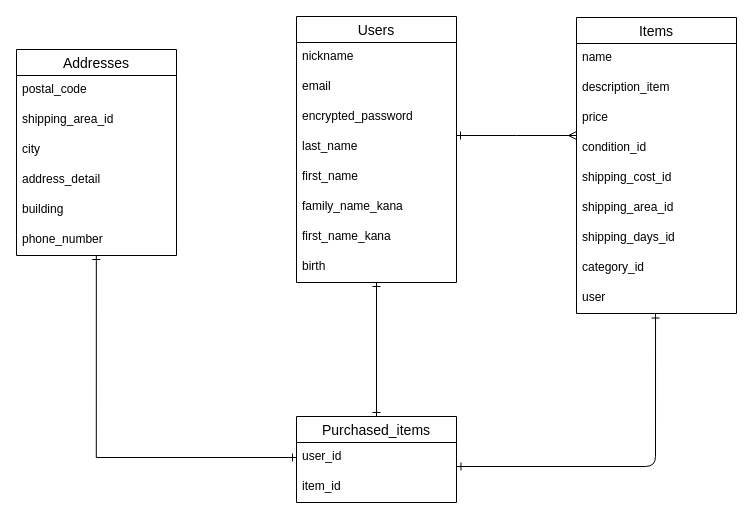
Before: furima_29083.dio in mamesaburo/furima-29083, a draw.io diagram. Source tidied: cells renumbered, new cells numbered last; positions are measured from the earlier drawing's top-left corner, leaving out a move shared by most shapes. Both pictures are drawn from the tidied source at 100%, with x=0, y=0 at pixel (16, 16).
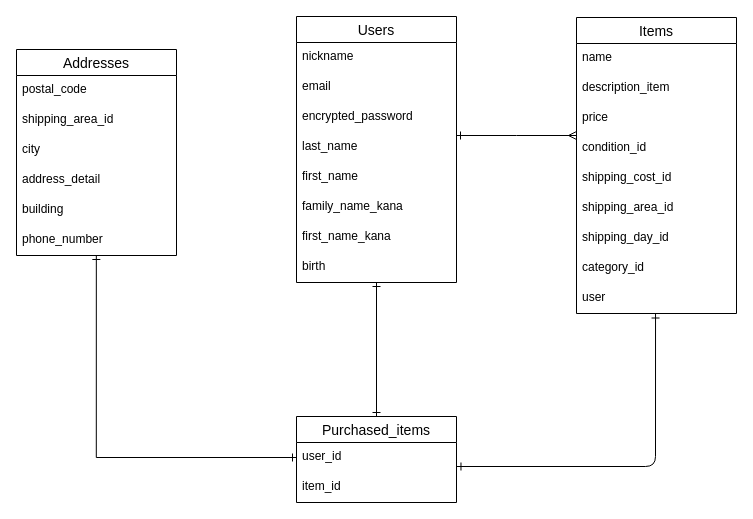
The same page after the edit.

Commit message (it also covers changes not shown here):
「shipping_days」を「shipping_day」へ記述を変更

The change refers to these unchanged cells:
```xml
<mxCell id="22" value="Items" style="swimlane;fontStyle=0;horizontal=1;startSize=26;align=center;fontSize=14;" parent="1" vertex="1">
  <mxGeometry x="560" y="1" width="160" height="296" as="geometry" />
</mxCell>
```

Change to the diagram source:
```diff
@@
-    <mxCell id="29" value="shipping_days_id" style="text;strokeColor=none;fillColor=none;spacingLeft=4;spacingRight=4;overflow=hidden;fontSize=12;" parent="22" vertex="1">
+    <mxCell id="29" value="shipping_day_id" style="text;strokeColor=none;fillColor=none;spacingLeft=4;spacingRight=4;overflow=hidden;fontSize=12;" parent="22" vertex="1">
       <mxGeometry y="206" width="160" height="30" as="geometry" />
     </mxCell>
```
